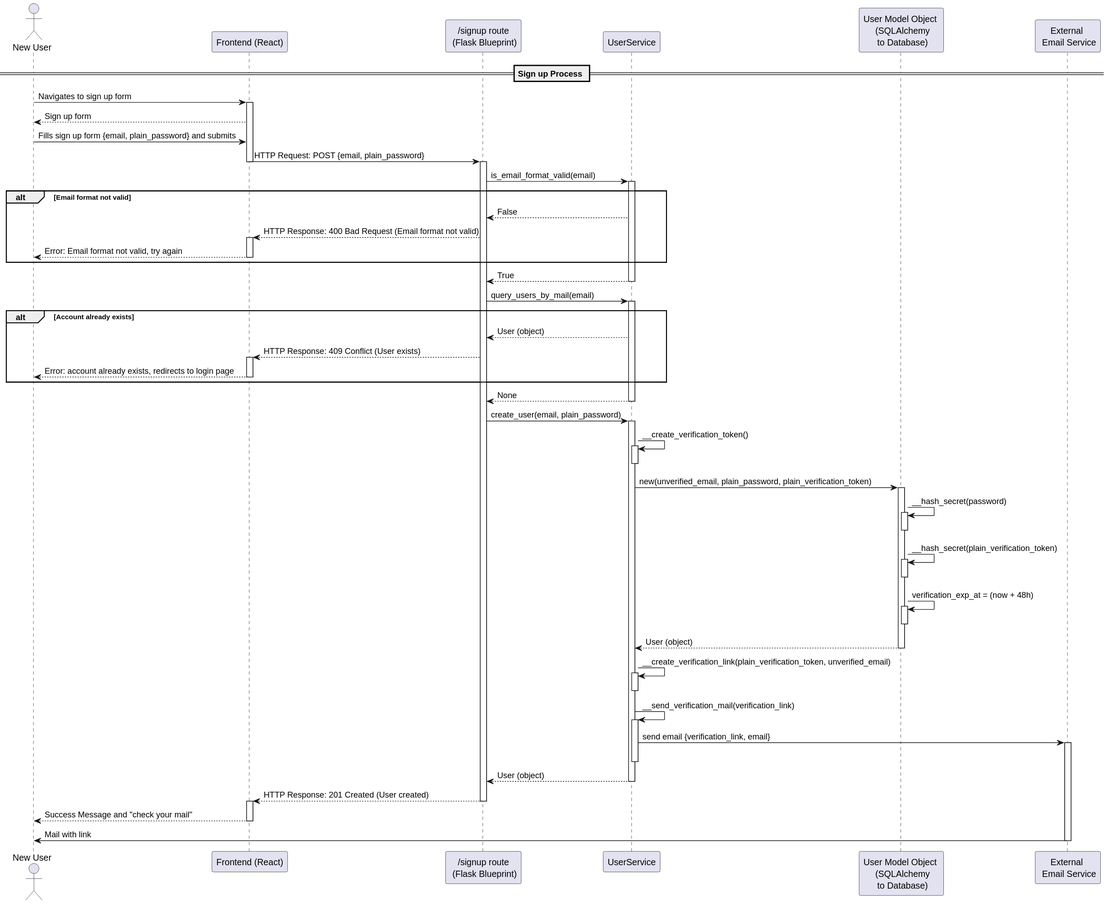
The PlantUML diagram docs/diagrams/uml/sequence/sign_up-0.svg in dominikoetiker/TheMentalLoadHub, before a commit.
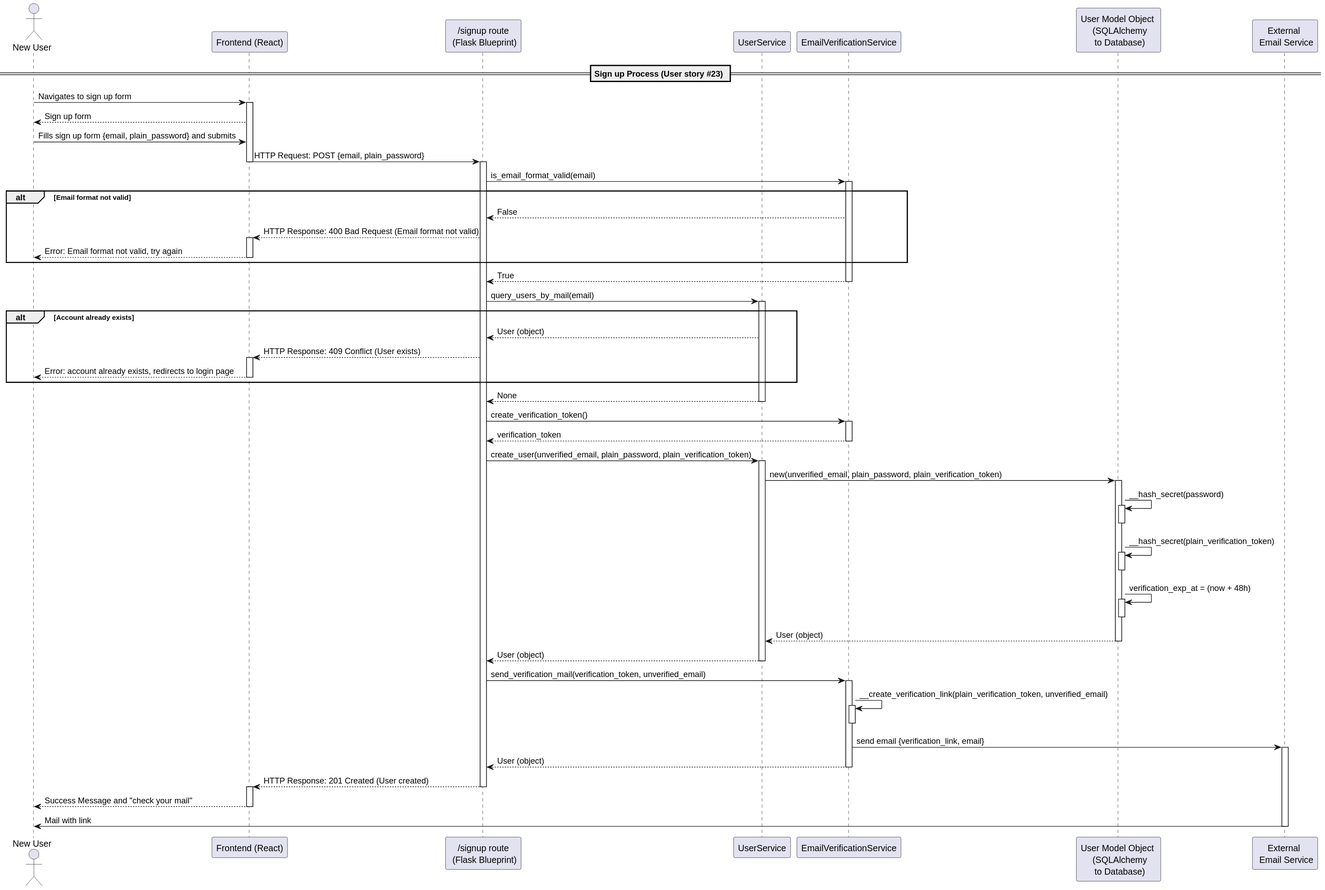
The same diagram one commit later.

Commit message:
Update sign-up sequence diagram SVG

Replaces the existing `sign_up-0.svg` with an updated version. Ensures the diagram reflects the latest process flow and remains consistent with current documentation.

Change to the diagram source:
```diff
@@ -3,10 +3,11 @@
 participant "Frontend (React)" as FE
 participant "/signup route\n (Flask Blueprint)" as SR
 participant "UserService" as US
+participant "EmailVerificationService" as AS
 participant "User Model Object \n (SQLAlchemy\n to Database)" as UM
 participant "External \n Email Service" as Mail
 
-== Sign up Process ==
+== Sign up Process (User story #23) ==
 AppUser -> FE : Navigates to sign up form
 activate FE
 AppUser <-- FE : Sign up form
@@ -14,17 +15,17 @@
 FE -> SR : HTTP Request: POST {email, plain_password}
 deactivate FE
 activate SR
-SR -> US : is_email_format_valid(email)
-activate US
+SR -> AS : is_email_format_valid(email)
+activate AS
 alt Email format not valid
-    SR <-- US : False
+    SR <-- AS : False
     FE <-- SR : HTTP Response: 400 Bad Request (Email format not valid)
     activate FE
     AppUser <-- FE : Error: Email format not valid, try again
     deactivate FE
 end
-SR <-- US : True
-deactivate US
+SR <-- AS : True
+deactivate AS
 SR -> US : query_users_by_mail(email)
 activate US
 alt Account already exists
@@ -36,11 +37,12 @@
 end
 SR <-- US : None
 deactivate US
-SR -> US : create_user(email, plain_password)
+SR -> AS : create_verification_token()
+activate AS
+SR <-- AS : verification_token
+deactivate AS
+SR -> US : create_user(unverified_email, plain_password, plain_verification_token)
 activate US
-US -> US : __create_verification_token()
-activate US
-deactivate US
 US -> UM : new(unverified_email, plain_password, plain_verification_token)
 activate UM
 UM -> UM : __hash_secret(password)
@@ -54,16 +56,18 @@
 deactivate UM
 US <-- UM : User (object)
 deactivate UM
-US -> US : __create_verification_link(plain_verification_token, unverified_email)
-activate US
-deactivate US
-US -> US : __send_verification_mail(verification_link)
-activate US
-US -> Mail : send email {verification_link, email}
-activate Mail
-deactivate US
 SR <-- US : User (object)
 deactivate US
+SR -> AS : send_verification_mail(verification_token, unverified_email)
+activate AS
+AS -> AS : __create_verification_link(plain_verification_token, unverified_email)
+activate AS
+deactivate AS
+AS -> Mail : send email {verification_link, email}
+activate Mail
+SR <-- AS : User (object)
+deactivate AS
+deactivate AS
 FE <-- SR : HTTP Response: 201 Created (User created)
 deactivate SR
 activate FE
```
